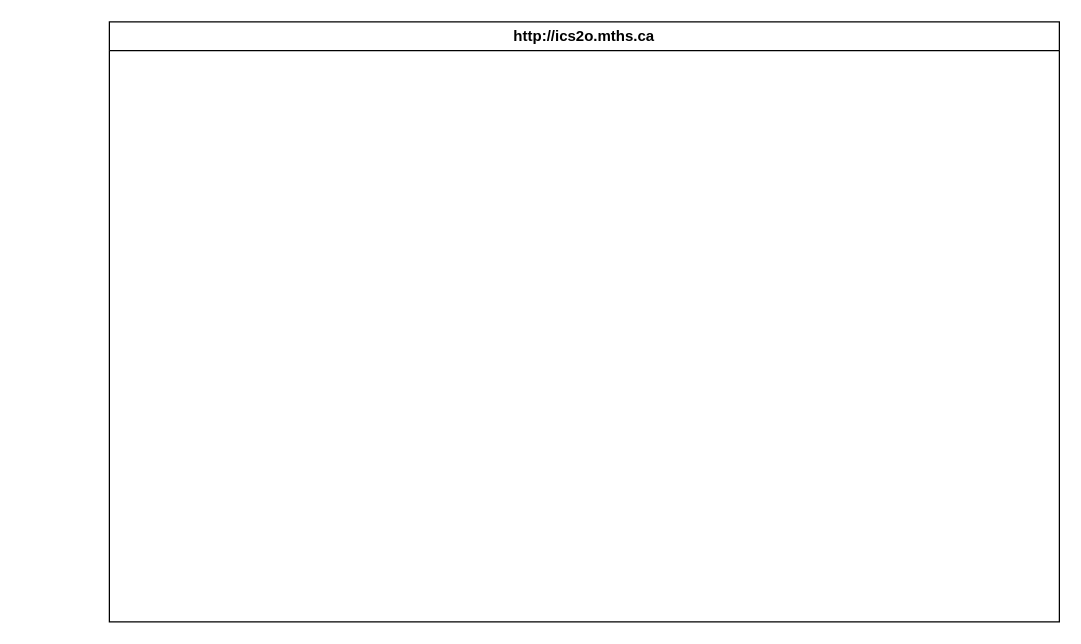
The draw.io diagram design/storyboard.drawio in MTHS-ICS2O-2-2022/ICS2O-Unit-5-08-Yuri-Gabutero24, before the edit. Source tidied: cells renumbered, new cells numbered last; positions are measured from the earlier drawing's top-left corner, leaving out a move shared by most shapes. Both pictures are drawn from the tidied source at 125%, with x=0, y=0 at pixel (109, 21).
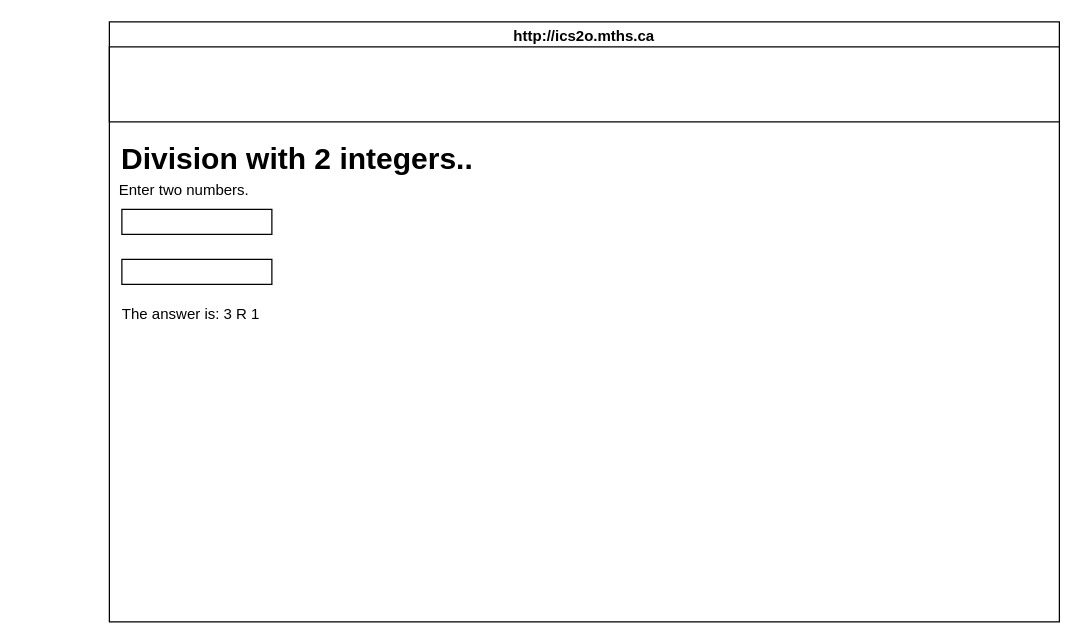
Above is the later version.

The edit, as a diff of the source:
```diff
@@
 <mxGraphModel>
   <root>
     <mxCell id="0" />
     <mxCell id="1" parent="0" />
     <mxCell id="2" value="http://ics2o.mths.ca" style="swimlane;whiteSpace=wrap;html=1;" parent="1" vertex="1">
       <mxGeometry width="760" height="480" as="geometry" />
     </mxCell>
+    <mxCell id="3" style="rounded=0;whiteSpace=wrap;html=1;" parent="2" vertex="1">
+      <mxGeometry y="20" width="760" height="60" as="geometry" />
+    </mxCell>
+    <mxCell id="4" value="Division with 2 integers.." style="text;strokeColor=none;fillColor=none;html=1;fontSize=24;fontStyle=1;verticalAlign=middle;align=center;" parent="2" vertex="1">
+      <mxGeometry x="100" y="90" width="100" height="40" as="geometry" />
+    </mxCell>
+    <mxCell id="5" value="Enter two numbers." style="text;html=1;strokeColor=none;fillColor=none;align=center;verticalAlign=middle;whiteSpace=wrap;rounded=0;" parent="2" vertex="1">
+      <mxGeometry x="-70" y="120" width="260" height="30" as="geometry" />
+    </mxCell>
+    <mxCell id="6" style="rounded=0;whiteSpace=wrap;html=1;" parent="2" vertex="1">
+      <mxGeometry x="10" y="150" width="120" height="20" as="geometry" />
+    </mxCell>
+    <mxCell id="7" style="rounded=0;whiteSpace=wrap;html=1;" parent="2" vertex="1">
+      <mxGeometry x="10" y="190" width="120" height="20" as="geometry" />
+    </mxCell>
+    <mxCell id="8" value="&lt;span style=&quot;font-weight: normal;&quot;&gt;&lt;font style=&quot;font-size: 12px;&quot;&gt;The answer is: 3 R 1&lt;/font&gt;&lt;/span&gt;" style="text;strokeColor=none;fillColor=none;html=1;fontSize=24;fontStyle=1;verticalAlign=middle;align=center;" parent="2" vertex="1">
+      <mxGeometry x="30" y="200" width="70" height="60" as="geometry" />
+    </mxCell>
   </root>
 </mxGraphModel>
```
